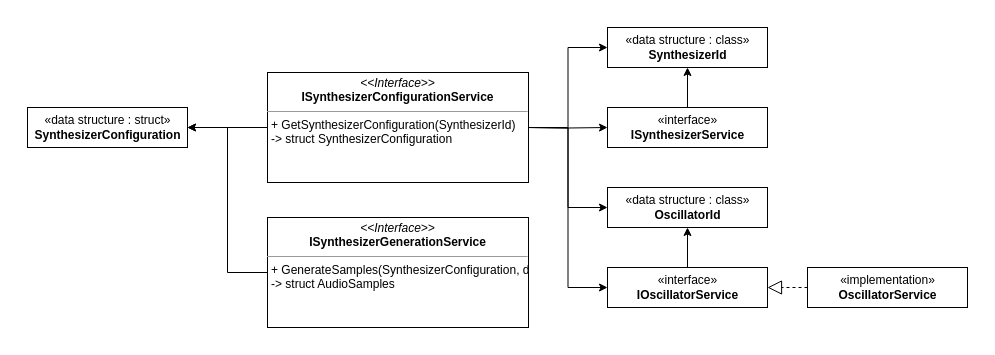
This is ProjectStructure.drawio from OliverVea/Synthesizer, a draw.io file, before an edit. Source tidied: cells renumbered, new cells numbered last; positions are measured from the earlier drawing's top-left corner, leaving out a move shared by most shapes. Both pictures are drawn from the tidied source at 100%, with x=0, y=0 at pixel (27, 27).
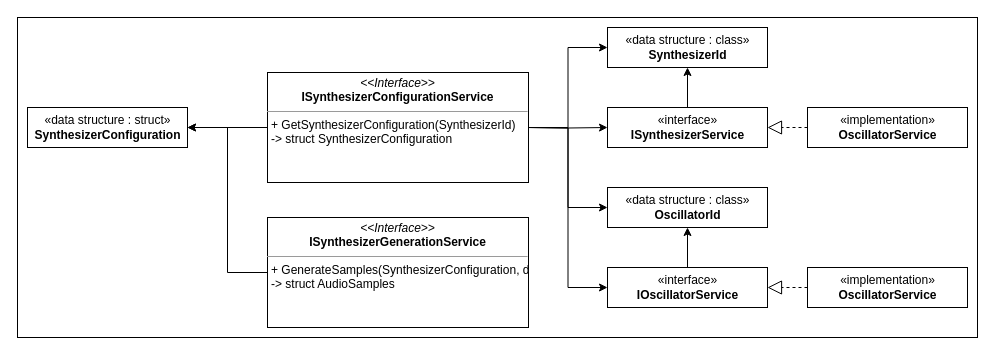
Above is the later version.

The change refers to these unchanged cells:
```xml
<mxCell id="7" value="«interface»&lt;br&gt;&lt;b&gt;ISynthesizerService&lt;/b&gt;" style="html=1;" parent="1" vertex="1">
  <mxGeometry x="580" y="80" width="160" height="40" as="geometry" />
</mxCell>
```

Change to the diagram source:
```diff
@@
+    <mxCell id="19" style="rounded=0;whiteSpace=wrap;html=1;strokeColor=default;strokeWidth=1;" parent="1" vertex="1">
+      <mxGeometry x="-10" y="-10" width="960" height="320" as="geometry" />
+    </mxCell>
@@
+    <mxCell id="20" value="«implementation»&lt;br&gt;&lt;b&gt;OscillatorService&lt;/b&gt;" style="html=1;" parent="1" vertex="1">
+      <mxGeometry x="780" y="80" width="160" height="40" as="geometry" />
+    </mxCell>
+    <mxCell id="21" style="endArrow=block;dashed=1;endFill=0;endSize=12;html=1;rounded=0;entryX=1;entryY=0.5;entryDx=0;entryDy=0;exitX=0;exitY=0.5;exitDx=0;exitDy=0;" parent="1" edge="1" source="20" target="7">
+      <mxGeometry relative="1" as="geometry" />
+    </mxCell>
```
